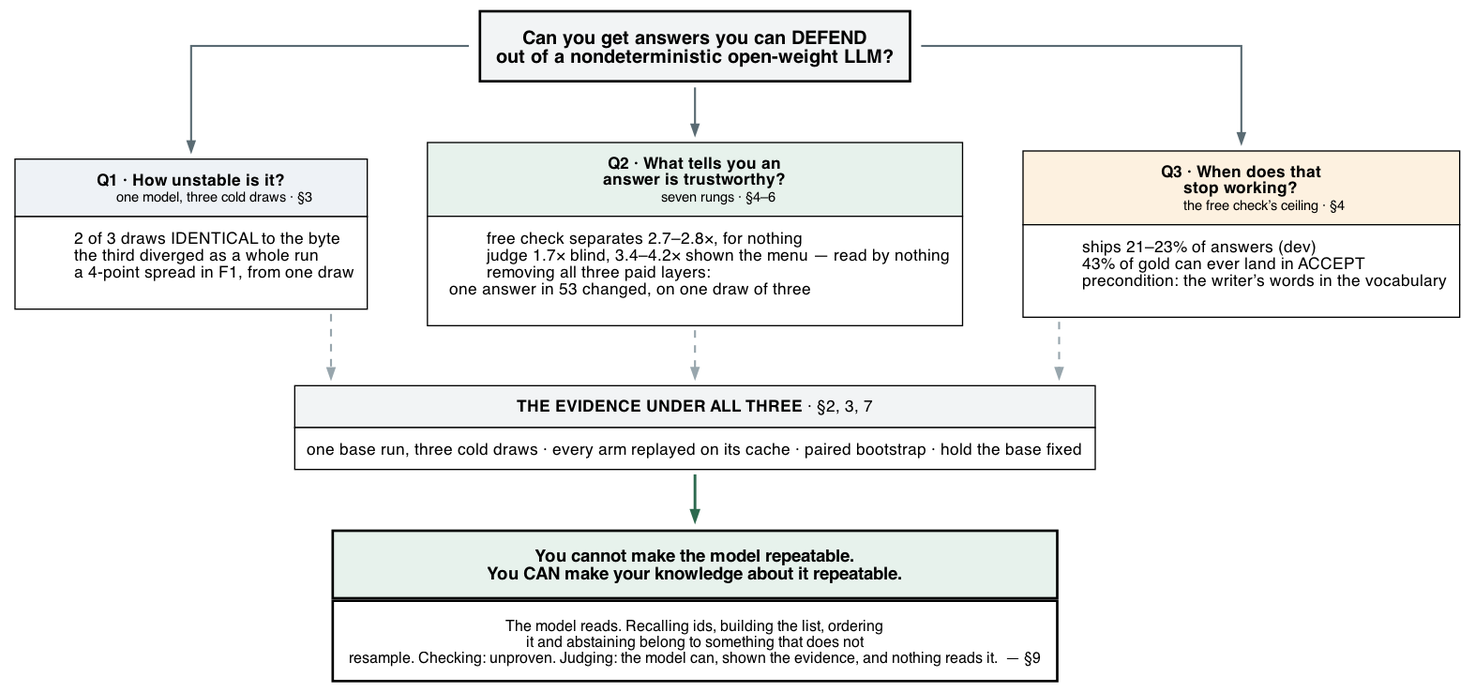
Above: docs/figures/fig6-spine-cadec.png in wbagais/reliability-ladder (Graphviz), before the change. Its source is kept beside it as docs/figures/fig6-spine-cadec.dot.
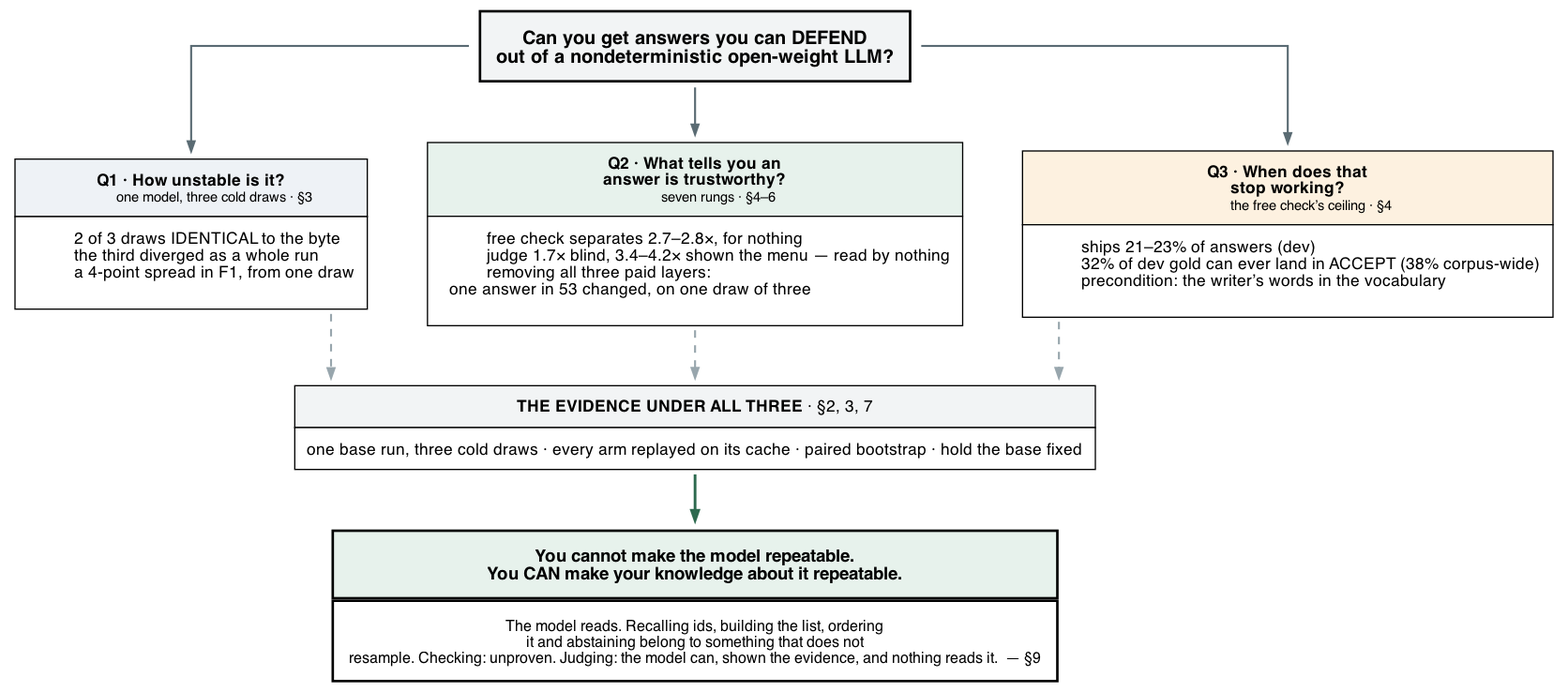
Later version of the same file.

What changed in the source:
```diff
@@ -30,7 +30,7 @@
           <FONT POINT-SIZE="11">the free check&#8217;s ceiling &#183; &#167;4</FONT></TD></TR>
       <TR><TD BGCOLOR="#ffffff" ALIGN="LEFT">
           ships 21&#8211;23% of answers (dev)<BR ALIGN="LEFT"/>
-          43% of gold can ever land in ACCEPT<BR ALIGN="LEFT"/>
+          32% of dev gold can ever land in ACCEPT (38% corpus-wide)<BR ALIGN="LEFT"/>
           precondition: the writer&#8217;s words in the vocabulary<BR ALIGN="LEFT"/>
           </TD></TR></TABLE>>];
 
```
